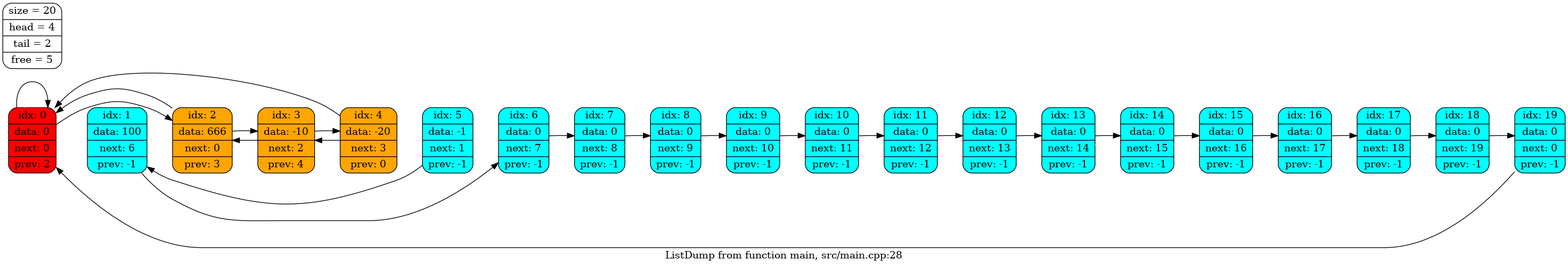
Earlier version of the Graphviz export dump.png (victorbaldin56/list). Its source is kept beside it as dump.dot.
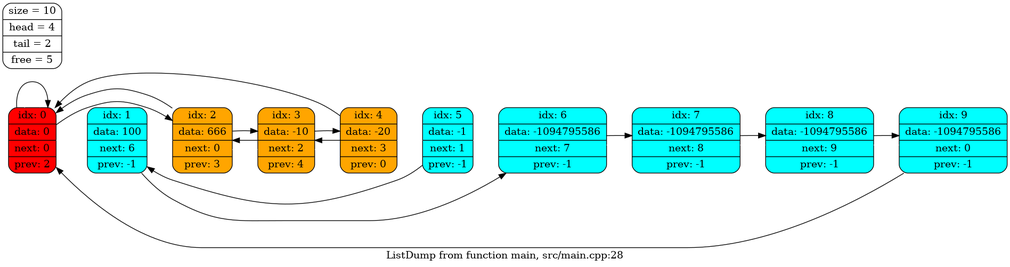
After the commit.

Change to the diagram source:
```diff
@@ -1,27 +1,17 @@
 digraph List {
 	rankdir = LR;
 	node [shape = Mrecord];
-0 -> 0-> 1-> 2-> 3-> 4-> 5-> 6-> 7-> 8-> 9-> 10-> 11-> 12-> 13-> 14-> 15-> 16-> 17-> 18-> 19[arrowsize = 0.0, weight = 100000, color = "#FFFFFF"];
+0 -> 0-> 1-> 2-> 3-> 4-> 5-> 6-> 7-> 8-> 9[arrowsize = 0.0, weight = 100000, color = "#FFFFFF"];
 	0 [shape = Mrecord, style = filled, fillcolor = red, label = "idx: 0 | data: 0 | next: 0 | prev: 2"];
 	1 [shape = Mrecord, style = filled, fillcolor = cyan, label = "idx: 1 | data: 100 | next: 6 | prev: -1"];
 	2 [shape = Mrecord, style = filled, fillcolor = orange, label = "idx: 2 | data: 666 | next: 0 | prev: 3"];
 	3 [shape = Mrecord, style = filled, fillcolor = orange, label = "idx: 3 | data: -10 | next: 2 | prev: 4"];
 	4 [shape = Mrecord, style = filled, fillcolor = orange, label = "idx: 4 | data: -20 | next: 3 | prev: 0"];
 	5 [shape = Mrecord, style = filled, fillcolor = cyan, label = "idx: 5 | data: -1 | next: 1 | prev: -1"];
-	6 [shape = Mrecord, style = filled, fillcolor = cyan, label = "idx: 6 | data: 0 | next: 7 | prev: -1"];
-	7 [shape = Mrecord, style = filled, fillcolor = cyan, label = "idx: 7 | data: 0 | next: 8 | prev: -1"];
-	8 [shape = Mrecord, style = filled, fillcolor = cyan, label = "idx: 8 | data: 0 | next: 9 | prev: -1"];
-	9 [shape = Mrecord, style = filled, fillcolor = cyan, label = "idx: 9 | data: 0 | next: 10 | prev: -1"];
-	10 [shape = Mrecord, style = filled, fillcolor = cyan, label = "idx: 10 | data: 0 | next: 11 | prev: -1"];
-	11 [shape = Mrecord, style = filled, fillcolor = cyan, label = "idx: 11 | data: 0 | next: 12 | prev: -1"];
-	12 [shape = Mrecord, style = filled, fillcolor = cyan, label = "idx: 12 | data: 0 | next: 13 | prev: -1"];
-	13 [shape = Mrecord, style = filled, fillcolor = cyan, label = "idx: 13 | data: 0 | next: 14 | prev: -1"];
-	14 [shape = Mrecord, style = filled, fillcolor = cyan, label = "idx: 14 | data: 0 | next: 15 | prev: -1"];
-	15 [shape = Mrecord, style = filled, fillcolor = cyan, label = "idx: 15 | data: 0 | next: 16 | prev: -1"];
-	16 [shape = Mrecord, style = filled, fillcolor = cyan, label = "idx: 16 | data: 0 | next: 17 | prev: -1"];
-	17 [shape = Mrecord, style = filled, fillcolor = cyan, label = "idx: 17 | data: 0 | next: 18 | prev: -1"];
-	18 [shape = Mrecord, style = filled, fillcolor = cyan, label = "idx: 18 | data: 0 | next: 19 | prev: -1"];
-	19 [shape = Mrecord, style = filled, fillcolor = cyan, label = "idx: 19 | data: 0 | next: 0 | prev: -1"];
+	6 [shape = Mrecord, style = filled, fillcolor = cyan, label = "idx: 6 | data: -1094795586 | next: 7 | prev: -1"];
+	7 [shape = Mrecord, style = filled, fillcolor = cyan, label = "idx: 7 | data: -1094795586 | next: 8 | prev: -1"];
+	8 [shape = Mrecord, style = filled, fillcolor = cyan, label = "idx: 8 | data: -1094795586 | next: 9 | prev: -1"];
+	9 [shape = Mrecord, style = filled, fillcolor = cyan, label = "idx: 9 | data: -1094795586 | next: 0 | prev: -1"];
 	0 -> 0;
 	1 -> 6;
 	2 -> 0;
@@ -31,20 +21,10 @@
 	6 -> 7;
 	7 -> 8;
 	8 -> 9;
-	9 -> 10;
-	10 -> 11;
-	11 -> 12;
-	12 -> 13;
-	13 -> 14;
-	14 -> 15;
-	15 -> 16;
-	16 -> 17;
-	17 -> 18;
-	18 -> 19;
-	19 -> 0;
+	9 -> 0;
 	0 -> 2;
 	2 -> 3;
 	3 -> 4;
 	4 -> 0;
 	label = "ListDump from function main, src/main.cpp:28";
-All[shape = Mrecord, label = "size = 20 | head = 4 | tail = 2 | free = 5"];}
+All[shape = Mrecord, label = "size = 10 | head = 4 | tail = 2 | free = 5"];}
```
